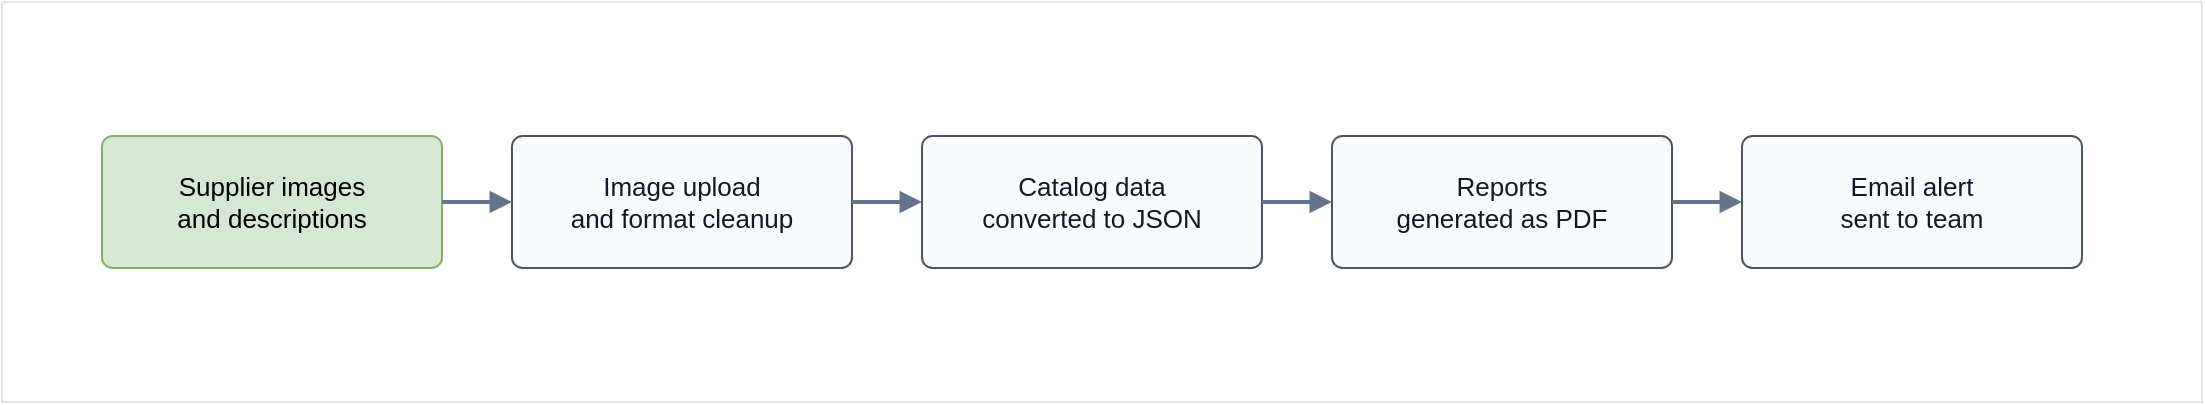
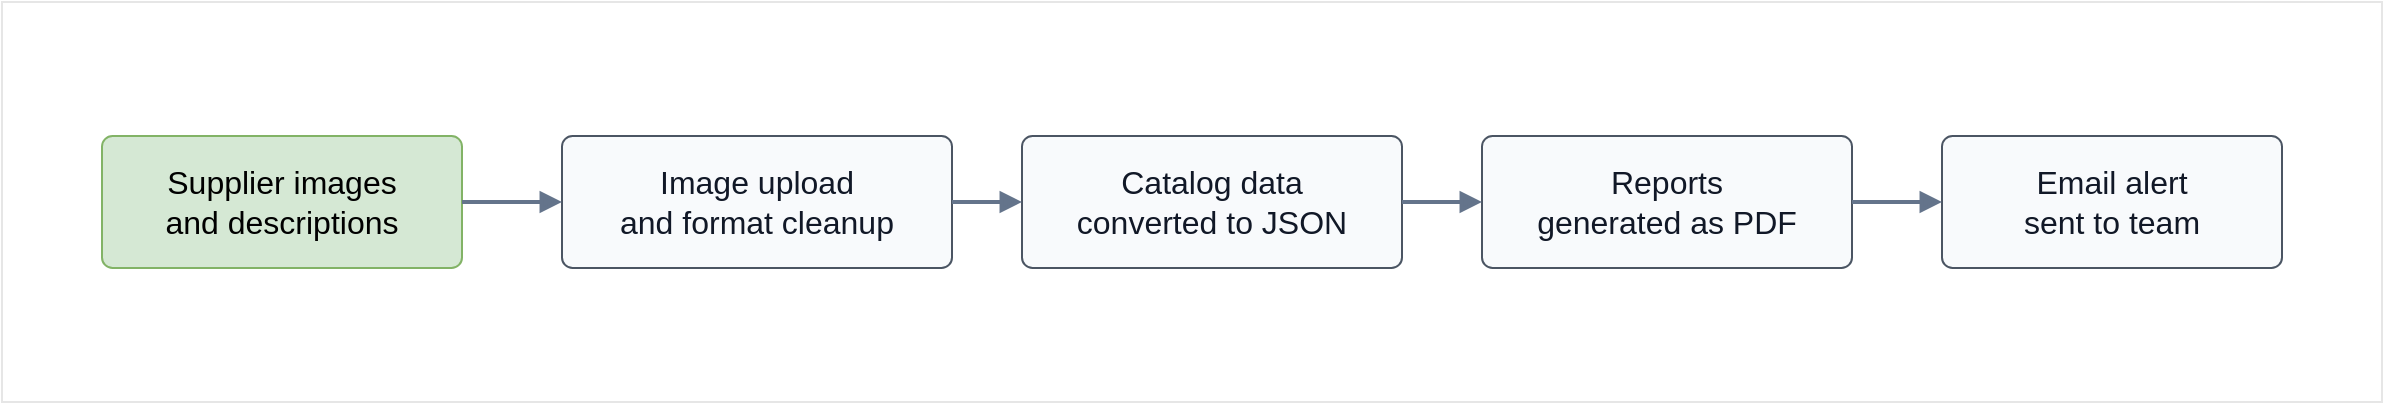
<mxfile host="Electron" agent="Mozilla/5.0 (Windows NT 10.0; Win64; x64) AppleWebKit/537.36 (KHTML, like Gecko) draw.io/29.5.2 Chrome/142.0.7444.265 Electron/39.6.1 Safari/537.36" version="29.5.2">
  <diagram id="google-it-automation-capstone-workflow" name="Google IT Automation Capstone Workflow">
-     <mxGraphModel dx="1096" dy="766" grid="1" gridSize="10" guides="1" tooltips="1" connect="1" arrows="1" fold="1" page="1" pageScale="1" pageWidth="1120" pageHeight="520" math="0" shadow="0">
+     <mxGraphModel dx="2429" dy="766" grid="1" gridSize="10" guides="1" tooltips="1" connect="1" arrows="1" fold="1" page="1" pageScale="1" pageWidth="1120" pageHeight="520" math="0" shadow="0">
      <root>
        <mxCell id="0" />
        <mxCell id="1" parent="0" />
        <mxCell id="g5GDifAwSw-1UFbuEz6y-1" parent="1" style="rounded=0;whiteSpace=wrap;html=1;strokeColor=#E6E6E6;" value="" vertex="1">
-           <mxGeometry height="200" width="1100" x="10" y="133" as="geometry" />
+           <mxGeometry height="200" width="1190" x="-80" y="133" as="geometry" />
        </mxCell>
-         <mxCell id="id2" parent="1" style="rounded=1;whiteSpace=wrap;html=1;arcSize=8;strokeColor=#82b366;fillColor=#d5e8d4;fontSize=13;spacing=10;" value="Supplier images&lt;br&gt;and descriptions" vertex="1">
-           <mxGeometry height="66" width="170" x="60" y="200" as="geometry" />
+         <mxCell id="id2" parent="1" style="rounded=1;whiteSpace=wrap;html=1;arcSize=8;strokeColor=#82b366;fillColor=#d5e8d4;fontSize=16;spacing=10;" value="Supplier images&lt;br&gt;and descriptions" vertex="1">
+           <mxGeometry height="66" width="180" x="-30" y="200" as="geometry" />
        </mxCell>
-         <mxCell id="id3" parent="1" style="rounded=1;whiteSpace=wrap;html=1;arcSize=8;strokeColor=#4b5563;fillColor=#f8fafc;fontColor=#111827;fontSize=13;spacing=10;" value="Image upload&lt;br&gt;and format cleanup" vertex="1">
-           <mxGeometry height="66" width="170" x="265" y="200" as="geometry" />
+         <mxCell id="id3" parent="1" style="rounded=1;whiteSpace=wrap;html=1;arcSize=8;strokeColor=#4b5563;fillColor=#f8fafc;fontColor=#111827;fontSize=16;spacing=10;" value="Image upload&lt;br&gt;and format cleanup" vertex="1">
+           <mxGeometry height="66" width="195" x="200" y="200" as="geometry" />
        </mxCell>
-         <mxCell id="id4" parent="1" style="rounded=1;whiteSpace=wrap;html=1;arcSize=8;strokeColor=#4b5563;fillColor=#f8fafc;fontColor=#111827;fontSize=13;spacing=10;" value="Catalog data&lt;br&gt;converted to JSON" vertex="1">
-           <mxGeometry height="66" width="170" x="470" y="200" as="geometry" />
+         <mxCell id="id4" parent="1" style="rounded=1;whiteSpace=wrap;html=1;arcSize=8;strokeColor=#4b5563;fillColor=#f8fafc;fontColor=#111827;fontSize=16;spacing=10;" value="Catalog data&lt;br&gt;converted to JSON" vertex="1">
+           <mxGeometry height="66" width="190" x="430" y="200" as="geometry" />
        </mxCell>
-         <mxCell id="id5" parent="1" style="rounded=1;whiteSpace=wrap;html=1;arcSize=8;strokeColor=#4b5563;fillColor=#f8fafc;fontColor=#111827;fontSize=13;spacing=10;" value="Reports&lt;br&gt;generated as PDF" vertex="1">
-           <mxGeometry height="66" width="170" x="675" y="200" as="geometry" />
+         <mxCell id="id5" parent="1" style="rounded=1;whiteSpace=wrap;html=1;arcSize=8;strokeColor=#4b5563;fillColor=#f8fafc;fontColor=#111827;fontSize=16;spacing=10;" value="Reports&lt;br&gt;generated as PDF" vertex="1">
+           <mxGeometry height="66" width="185" x="660" y="200" as="geometry" />
        </mxCell>
-         <mxCell id="id6" parent="1" style="rounded=1;whiteSpace=wrap;html=1;arcSize=8;strokeColor=#4b5563;fillColor=#f8fafc;fontColor=#111827;fontSize=13;spacing=10;" value="Email alert&lt;br&gt;sent to team" vertex="1">
-           <mxGeometry height="66" width="170" x="880" y="200" as="geometry" />
+         <mxCell id="id6" parent="1" style="rounded=1;whiteSpace=wrap;html=1;arcSize=8;strokeColor=#4b5563;fillColor=#f8fafc;fontColor=#111827;fontSize=16;spacing=10;" value="Email alert&lt;br&gt;sent to team" vertex="1">
+           <mxGeometry height="66" width="170" x="890" y="200" as="geometry" />
        </mxCell>
        <mxCell id="id7" edge="1" parent="1" source="id2" style="endArrow=block;html=1;rounded=0;strokeWidth=2;strokeColor=#64748b;fontColor=#475569;fontSize=11;" target="id3" value="">
          <mxGeometry relative="1" as="geometry" />
        </mxCell>
        <mxCell id="id8" edge="1" parent="1" source="id3" style="endArrow=block;html=1;rounded=0;strokeWidth=2;strokeColor=#64748b;fontColor=#475569;fontSize=11;" target="id4" value="">
          <mxGeometry relative="1" as="geometry" />
        </mxCell>
        <mxCell id="id9" edge="1" parent="1" source="id4" style="endArrow=block;html=1;rounded=0;strokeWidth=2;strokeColor=#64748b;fontColor=#475569;fontSize=11;" target="id5" value="">
          <mxGeometry relative="1" as="geometry" />
        </mxCell>
        <mxCell id="id10" edge="1" parent="1" source="id5" style="endArrow=block;html=1;rounded=0;strokeWidth=2;strokeColor=#64748b;fontColor=#475569;fontSize=11;" target="id6" value="">
          <mxGeometry relative="1" as="geometry" />
        </mxCell>
      </root>
    </mxGraphModel>
  </diagram>
</mxfile>
